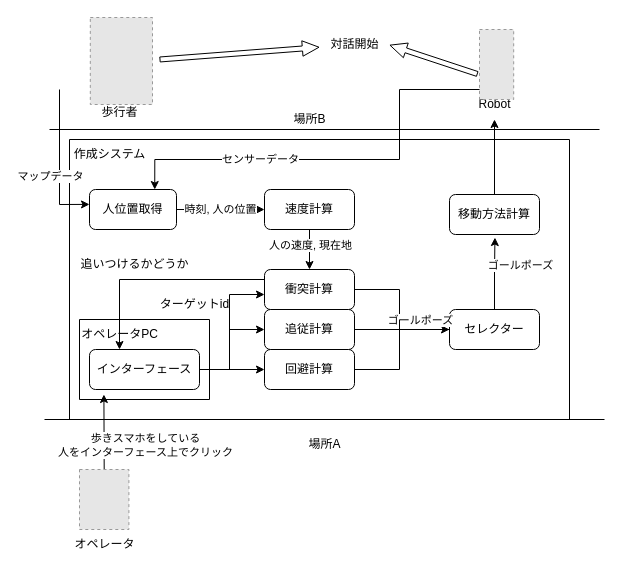
Before: Paper/system_compose.drawio in Amano-take/robot_B4, a draw.io diagram. Source tidied: cells renumbered, new cells numbered last; positions are measured from the earlier drawing's top-left corner, leaving out a move shared by most shapes. Both pictures are drawn from the tidied source at 100%, with x=0, y=0 at pixel (44, 17). Pictures stored in the file or linked from it are replaced by grey dashed boxes.
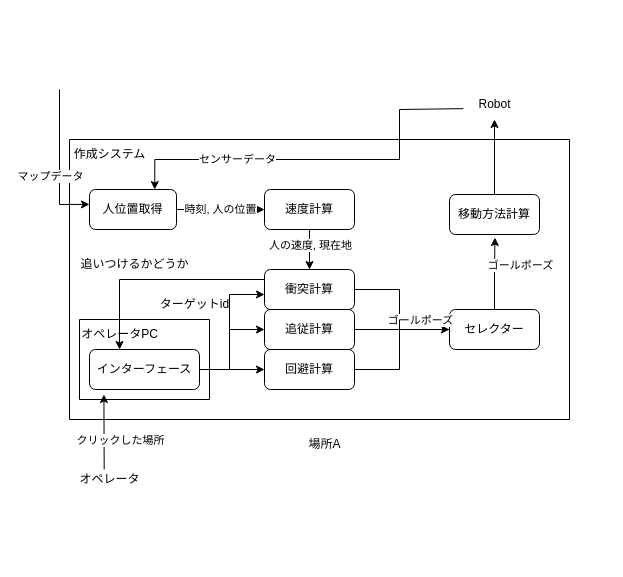
After the change.

The change refers to these unchanged cells:
```xml
<mxCell id="5" value="人位置取得" style="rounded=1;whiteSpace=wrap;html=1;" parent="2" vertex="1">
  <mxGeometry x="20" y="50" width="87" height="40" as="geometry" />
</mxCell>
<mxCell id="15" value="インターフェース" style="rounded=1;whiteSpace=wrap;html=1;" parent="14" vertex="1">
  <mxGeometry x="10" y="30" width="110" height="40" as="geometry" />
</mxCell>
<mxCell id="30" value="Robot" style="text;html=1;align=center;verticalAlign=middle;points=[];strokeColor=none;fillColor=none;" parent="1" vertex="1">
  <mxGeometry x="420" y="72" width="60" height="30" as="geometry" />
</mxCell>
```

The edit, as a diff of the source:
```diff
@@
-    <mxCell id="31" style="endArrow=classic;html=1;rounded=0;entryX=0.131;entryY=1.125;entryDx=0;entryDy=0;entryPerimeter=0;exitX=0.5;exitY=0;exitDx=0;exitDy=0;" parent="1" edge="1" source="47" target="15">
+    <mxCell id="31" style="endArrow=classic;html=1;rounded=0;entryX=0.131;entryY=1.125;entryDx=0;entryDy=0;entryPerimeter=0;exitX=0.5;exitY=0;exitDx=0;exitDy=0;" parent="1" edge="1" target="15">
       <mxGeometry relative="1" as="geometry">
+        <mxPoint x="59.7" y="452" as="sourcePoint" />
         <Array as="points">
           <mxPoint x="59" y="452" />
         </Array>
       </mxGeometry>
     </mxCell>
-    <mxCell id="32" value="歩きスマホをしている&lt;br&gt;人をインターフェース上でクリック" style="edgeLabel;html=1;align=center;verticalAlign=middle;" parent="31" vertex="1">
-      <mxGeometry x="-0.51" y="1" relative="1" as="geometry">
-        <mxPoint x="42" y="-6" as="offset" />
-      </mxGeometry>
-    </mxCell>
+    <mxCell id="51" value="クリックした場所" style="edgeLabel;html=1;align=center;verticalAlign=middle;" parent="31" vertex="1">
+      <mxGeometry x="-0.2" y="1" relative="1" as="geometry">
+        <mxPoint x="17" as="offset" />
+      </mxGeometry>
+    </mxCell>
@@
-    <mxCell id="34" style="endArrow=classic;html=1;rounded=0;entryX=1.025;entryY=0.697;entryDx=0;entryDy=0;entryPerimeter=0;shape=flexArrow;width=5;endSize=5.222222222222222;endWidth=9.444444444444445;" parent="1" edge="1">
-      <mxGeometry relative="1" as="geometry">
-        <mxPoint x="433.2" y="56.6" as="sourcePoint" />
-        <mxPoint x="345" y="27.5" as="targetPoint" />
-      </mxGeometry>
-    </mxCell>
-    <mxCell id="35" value="対話開始" style="text;html=1;align=center;verticalAlign=middle;points=[];strokeColor=none;fillColor=none;" parent="1" vertex="1">
-      <mxGeometry x="275" y="12" width="70" height="30" as="geometry" />
-    </mxCell>
-    <mxCell id="36" style="edgeStyle=orthogonalEdgeStyle;rounded=0;jettySize=auto;html=1;entryX=0.75;entryY=0;entryDx=0;entryDy=0;exitX=0;exitY=1;exitDx=0;exitDy=0;" parent="1" edge="1" target="5">
+    <mxCell id="36" style="edgeStyle=orthogonalEdgeStyle;rounded=0;jettySize=auto;html=1;entryX=0.75;entryY=0;entryDx=0;entryDy=0;exitX=-0.019;exitY=0.64;exitDx=0;exitDy=0;exitPerimeter=0;" parent="1" edge="1" source="30" target="5">
       <mxGeometry relative="1" as="geometry">
-        <mxPoint x="465" y="62" as="sourcePoint" />
         <Array as="points">
-          <mxPoint x="355" y="72" />
+          <mxPoint x="415" y="91" />
+          <mxPoint x="355" y="92" />
           <mxPoint x="355" y="142" />
           <mxPoint x="110" y="142" />
         </Array>
       </mxGeometry>
     </mxCell>
@@
-    <mxCell id="40" style="endArrow=classic;html=1;rounded=0;shape=flexArrow;width=5;endSize=5.222222222222222;endWidth=9.444444444444445;" parent="1" edge="1" target="35">
-      <mxGeometry relative="1" as="geometry">
-        <mxPoint x="115" y="42" as="sourcePoint" />
-      </mxGeometry>
-    </mxCell>
-    <mxCell id="41" style="endArrow=none;html=1;rounded=0;" parent="1" edge="1">
-      <mxGeometry relative="1" as="geometry">
-        <mxPoint y="402" as="sourcePoint" />
-        <mxPoint x="560" y="402" as="targetPoint" />
-      </mxGeometry>
-    </mxCell>
@@
-    <mxCell id="43" style="endArrow=none;html=1;rounded=0;" parent="1" edge="1">
-      <mxGeometry relative="1" as="geometry">
-        <mxPoint x="5" y="112" as="sourcePoint" />
-        <mxPoint x="555" y="112" as="targetPoint" />
-      </mxGeometry>
-    </mxCell>
-    <mxCell id="44" value="場所B" style="text;html=1;align=center;verticalAlign=middle;strokeColor=none;fillColor=none;" parent="1" vertex="1">
-      <mxGeometry x="235" y="87" width="60" height="30" as="geometry" />
-    </mxCell>
-    <mxCell id="45" style="fillColor=#E6E6E6;strokeColor=#999999;dashed=1;verticalLabelPosition=bottom;labelBackgroundColor=default;verticalAlign=top;" parent="1" vertex="1">
-      <mxGeometry x="435" y="12" width="34.2" height="70" as="geometry" />
-    </mxCell>
     <mxCell id="46" value="オペレータ" style="text;html=1;align=center;verticalAlign=middle;strokeColor=none;fillColor=none;" parent="1" vertex="1">
-      <mxGeometry x="19.7" y="512" width="80" height="30" as="geometry" />
+      <mxGeometry x="25" y="447" width="80" height="30" as="geometry" />
     </mxCell>
-    <mxCell id="47" style="fillColor=#E6E6E6;strokeColor=#999999;dashed=1;verticalLabelPosition=bottom;labelBackgroundColor=default;verticalAlign=top;" parent="1" vertex="1">
-      <mxGeometry x="35" y="452" width="49.4" height="60" as="geometry" />
-    </mxCell>
-    <mxCell id="48" style="fillColor=#E6E6E6;strokeColor=#999999;dashed=1;verticalLabelPosition=bottom;labelBackgroundColor=default;verticalAlign=top;" parent="1" vertex="1">
-      <mxGeometry x="45.8" width="62.2" height="87" as="geometry" />
-    </mxCell>
-    <mxCell id="49" value="歩行者" style="text;html=1;align=center;verticalAlign=middle;strokeColor=none;fillColor=none;" parent="1" vertex="1">
-      <mxGeometry x="45" y="80" width="60" height="30" as="geometry" />
-    </mxCell>
```
